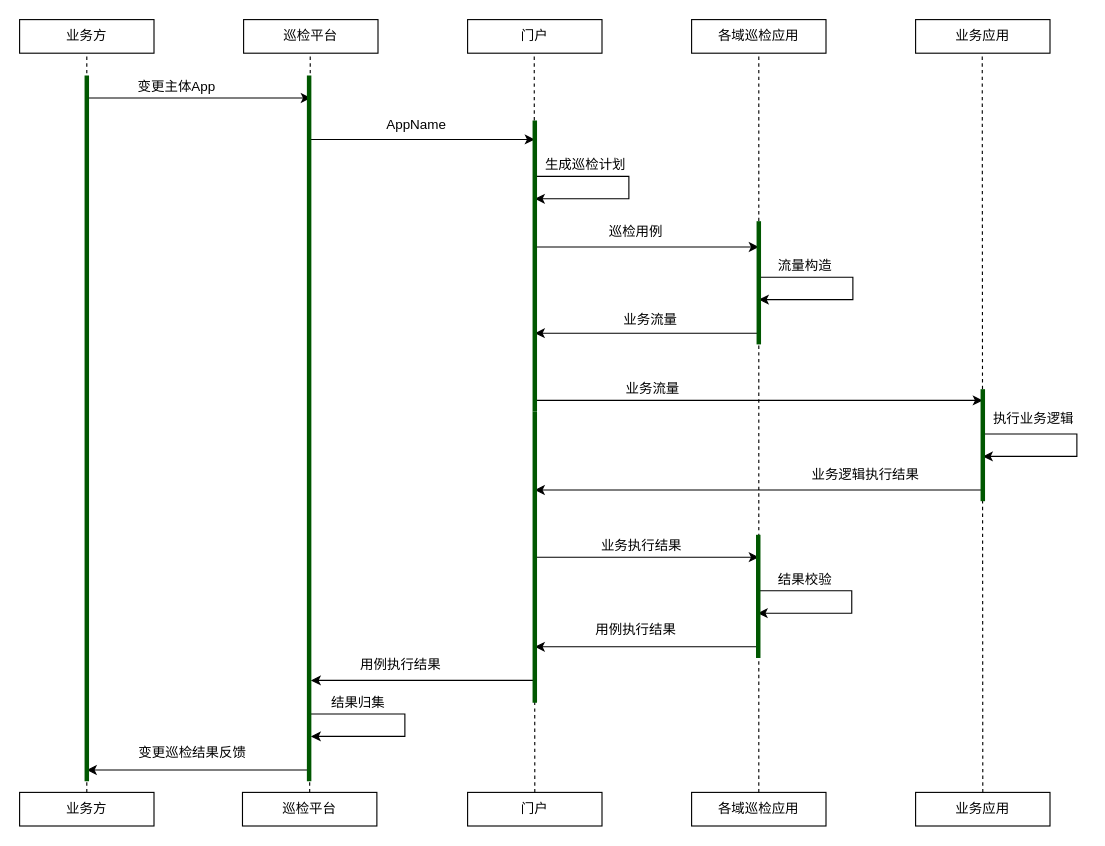
Hello-Ysheng/pangoo keeps this draw.io diagram as Untitled Diagram.drawio. Above is the earlier version. Source tidied: cells renumbered, new cells numbered last; positions are measured from the earlier drawing's top-left corner, leaving out a move shared by most shapes. Both pictures are drawn from the tidied source at 112%, with x=0, y=0 at pixel (19, 19).
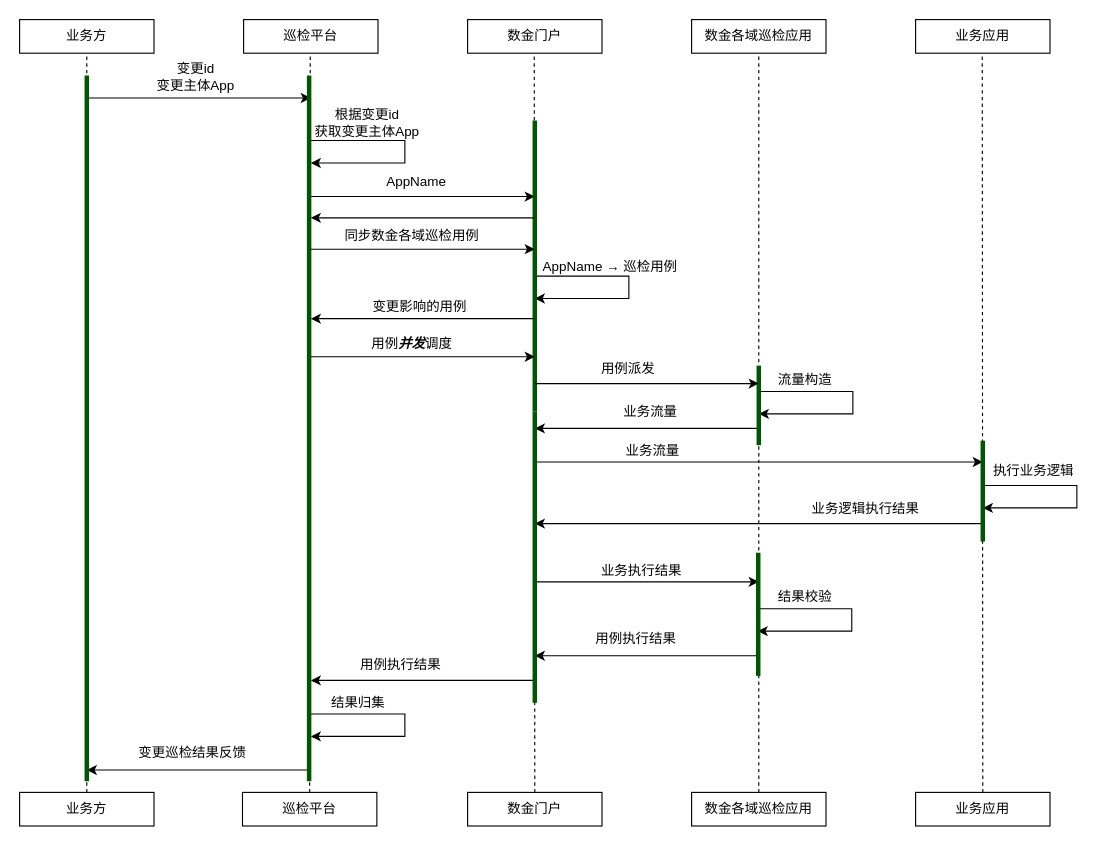
The same diagram, later.

What changed in the source:
```diff
@@
-    <mxCell id="4" value="门户" style="rounded=0;whiteSpace=wrap;html=1;" parent="1" vertex="1">
+    <mxCell id="4" value="数金门户" style="rounded=0;whiteSpace=wrap;html=1;" parent="1" vertex="1">
       <mxGeometry x="400" width="120" height="30" as="geometry" />
     </mxCell>
-    <mxCell id="5" value="各域巡检应用" style="rounded=0;whiteSpace=wrap;html=1;" parent="1" vertex="1">
+    <mxCell id="5" value="数金各域巡检应用" style="rounded=0;whiteSpace=wrap;html=1;" parent="1" vertex="1">
       <mxGeometry x="600" width="120" height="30" as="geometry" />
     </mxCell>
@@
-    <mxCell id="8" value="门户" style="rounded=0;whiteSpace=wrap;html=1;" parent="1" vertex="1">
+    <mxCell id="8" value="数金门户" style="rounded=0;whiteSpace=wrap;html=1;" parent="1" vertex="1">
       <mxGeometry x="400" y="690" width="120" height="30" as="geometry" />
     </mxCell>
-    <mxCell id="9" value="各域巡检应用" style="rounded=0;whiteSpace=wrap;html=1;" parent="1" vertex="1">
+    <mxCell id="9" value="数金各域巡检应用" style="rounded=0;whiteSpace=wrap;html=1;" parent="1" vertex="1">
       <mxGeometry x="600" y="690" width="120" height="30" as="geometry" />
     </mxCell>
@@
-    <mxCell id="15" value="变更主体App" style="text;html=1;align=center;verticalAlign=middle;strokeColor=none;fillColor=none;" parent="1" vertex="1">
-      <mxGeometry x="100" y="50" width="80" height="20" as="geometry" />
+    <mxCell id="15" value="变更id&lt;br&gt;变更主体App" style="text;html=1;align=center;verticalAlign=middle;strokeColor=none;fillColor=none;" parent="1" vertex="1">
+      <mxGeometry x="117" y="36" width="80" height="30" as="geometry" />
     </mxCell>
     <mxCell id="16" style="endArrow=classic;html=1;rounded=0;" parent="1" edge="1">
       <mxGeometry relative="1" as="geometry">
-        <mxPoint x="260" y="107" as="sourcePoint" />
-        <mxPoint x="460" y="107" as="targetPoint" />
+        <mxPoint x="260" y="158" as="sourcePoint" />
+        <mxPoint x="460" y="158" as="targetPoint" />
       </mxGeometry>
     </mxCell>
     <mxCell id="17" value="AppName" style="text;html=1;align=center;verticalAlign=middle;strokeColor=none;fillColor=none;" parent="1" vertex="1">
-      <mxGeometry x="319" y="84" width="70" height="20" as="geometry" />
+      <mxGeometry x="319" y="135" width="70" height="20" as="geometry" />
     </mxCell>
     <mxCell id="18" style="endArrow=classic;html=1;rounded=0;edgeStyle=orthogonalEdgeStyle;" parent="1" edge="1">
       <mxGeometry relative="1" as="geometry">
-        <mxPoint x="460" y="140" as="sourcePoint" />
-        <mxPoint x="460" y="160" as="targetPoint" />
+        <mxPoint x="460" y="229" as="sourcePoint" />
+        <mxPoint x="460" y="249" as="targetPoint" />
         <Array as="points">
-          <mxPoint x="544" y="140" />
-          <mxPoint x="544" y="160" />
-          <mxPoint x="474" y="160" />
+          <mxPoint x="544" y="229" />
+          <mxPoint x="544" y="249" />
+          <mxPoint x="474" y="249" />
         </Array>
       </mxGeometry>
     </mxCell>
-    <mxCell id="19" value="生成巡检计划" style="text;html=1;align=center;verticalAlign=middle;strokeColor=none;fillColor=none;" parent="1" vertex="1">
-      <mxGeometry x="460" y="120" width="90" height="20" as="geometry" />
+    <mxCell id="19" value="AppName → 巡检用例" style="text;html=1;align=center;verticalAlign=middle;strokeColor=none;fillColor=none;" parent="1" vertex="1">
+      <mxGeometry x="457" y="211" width="140" height="20" as="geometry" />
     </mxCell>
-    <mxCell id="20" style="endArrow=classic;html=1;rounded=0;" parent="1" edge="1">
-      <mxGeometry relative="1" as="geometry">
-        <mxPoint x="460" y="203" as="sourcePoint" />
-        <mxPoint x="660" y="203" as="targetPoint" />
-      </mxGeometry>
-    </mxCell>
-    <mxCell id="21" value="巡检用例" style="text;html=1;align=center;verticalAlign=middle;strokeColor=none;fillColor=none;" parent="1" vertex="1">
-      <mxGeometry x="520" y="180" width="60" height="20" as="geometry" />
-    </mxCell>
     <mxCell id="22" style="endArrow=classic;html=1;rounded=0;edgeStyle=orthogonalEdgeStyle;" parent="1" edge="1">
       <mxGeometry relative="1" as="geometry">
-        <mxPoint x="660" y="230" as="sourcePoint" />
-        <mxPoint x="660" y="250" as="targetPoint" />
+        <mxPoint x="660" y="332" as="sourcePoint" />
+        <mxPoint x="660" y="352" as="targetPoint" />
         <Array as="points">
-          <mxPoint x="744" y="230" />
-          <mxPoint x="744" y="250" />
-          <mxPoint x="674" y="250" />
+          <mxPoint x="744" y="332" />
+          <mxPoint x="744" y="352" />
+          <mxPoint x="674" y="352" />
         </Array>
       </mxGeometry>
     </mxCell>
     <mxCell id="23" value="流量构造" style="text;html=1;align=center;verticalAlign=middle;strokeColor=none;fillColor=none;" parent="1" vertex="1">
-      <mxGeometry x="671" y="210" width="60" height="20" as="geometry" />
+      <mxGeometry x="671" y="312" width="60" height="20" as="geometry" />
     </mxCell>
     <mxCell id="24" style="endArrow=classic;html=1;rounded=0;" parent="1" edge="1">
       <mxGeometry relative="1" as="geometry">
-        <mxPoint x="660" y="280" as="sourcePoint" />
-        <mxPoint x="460" y="280" as="targetPoint" />
+        <mxPoint x="660" y="365" as="sourcePoint" />
+        <mxPoint x="460" y="365" as="targetPoint" />
       </mxGeometry>
     </mxCell>
     <mxCell id="25" value="业务流量" style="text;html=1;align=center;verticalAlign=middle;strokeColor=none;fillColor=none;" parent="1" vertex="1">
-      <mxGeometry x="533" y="258" width="60" height="20" as="geometry" />
+      <mxGeometry x="533" y="340" width="60" height="20" as="geometry" />
     </mxCell>
@@
     <mxCell id="29" style="endArrow=classic;html=1;rounded=0;" parent="1" edge="1">
       <mxGeometry relative="1" as="geometry">
-        <mxPoint x="460" y="340" as="sourcePoint" />
-        <mxPoint x="860" y="340" as="targetPoint" />
+        <mxPoint x="460" y="395" as="sourcePoint" />
+        <mxPoint x="860" y="395" as="targetPoint" />
       </mxGeometry>
     </mxCell>
     <mxCell id="30" value="业务流量" style="text;html=1;align=center;verticalAlign=middle;strokeColor=none;fillColor=none;" parent="1" vertex="1">
-      <mxGeometry x="535" y="320" width="60" height="20" as="geometry" />
+      <mxGeometry x="535" y="375" width="60" height="20" as="geometry" />
     </mxCell>
     <mxCell id="31" style="endArrow=classic;html=1;rounded=0;edgeStyle=orthogonalEdgeStyle;" parent="1" edge="1">
       <mxGeometry relative="1" as="geometry">
-        <mxPoint x="860" y="370" as="sourcePoint" />
-        <mxPoint x="860" y="390" as="targetPoint" />
+        <mxPoint x="860" y="416" as="sourcePoint" />
+        <mxPoint x="860" y="436" as="targetPoint" />
         <Array as="points">
-          <mxPoint x="944" y="370" />
-          <mxPoint x="944" y="390" />
-          <mxPoint x="874" y="390" />
+          <mxPoint x="944" y="416" />
+          <mxPoint x="944" y="436" />
+          <mxPoint x="874" y="436" />
         </Array>
       </mxGeometry>
     </mxCell>
     <mxCell id="32" value="执行业务逻辑" style="text;html=1;align=center;verticalAlign=middle;strokeColor=none;fillColor=none;" parent="1" vertex="1">
-      <mxGeometry x="860" y="347" width="90" height="20" as="geometry" />
+      <mxGeometry x="860" y="393" width="90" height="20" as="geometry" />
     </mxCell>
     <mxCell id="33" style="endArrow=classic;html=1;rounded=0;" parent="1" edge="1">
       <mxGeometry relative="1" as="geometry">
-        <mxPoint x="860" y="420" as="sourcePoint" />
-        <mxPoint x="460" y="420" as="targetPoint" />
+        <mxPoint x="860" y="450" as="sourcePoint" />
+        <mxPoint x="460" y="450" as="targetPoint" />
       </mxGeometry>
     </mxCell>
     <mxCell id="34" value="业务逻辑执行结果" style="text;html=1;align=center;verticalAlign=middle;strokeColor=none;fillColor=none;" parent="1" vertex="1">
-      <mxGeometry x="700" y="397" width="110" height="20" as="geometry" />
+      <mxGeometry x="700" y="427" width="110" height="20" as="geometry" />
     </mxCell>
     <mxCell id="35" style="endArrow=classic;html=1;rounded=0;" parent="1" edge="1">
       <mxGeometry relative="1" as="geometry">
-        <mxPoint x="460" y="480" as="sourcePoint" />
-        <mxPoint x="660" y="480" as="targetPoint" />
+        <mxPoint x="460" y="502" as="sourcePoint" />
+        <mxPoint x="660" y="502" as="targetPoint" />
       </mxGeometry>
     </mxCell>
     <mxCell id="36" value="业务执行结果" style="text;html=1;align=center;verticalAlign=middle;strokeColor=none;fillColor=none;" parent="1" vertex="1">
-      <mxGeometry x="510" y="460" width="90" height="20" as="geometry" />
+      <mxGeometry x="510" y="482" width="90" height="20" as="geometry" />
     </mxCell>
     <mxCell id="37" style="endArrow=classic;html=1;rounded=0;edgeStyle=orthogonalEdgeStyle;" parent="1" edge="1">
       <mxGeometry relative="1" as="geometry">
-        <mxPoint x="659" y="510" as="sourcePoint" />
-        <mxPoint x="659" y="530" as="targetPoint" />
+        <mxPoint x="659" y="526" as="sourcePoint" />
+        <mxPoint x="659" y="546" as="targetPoint" />
         <Array as="points">
-          <mxPoint x="743" y="510" />
-          <mxPoint x="743" y="530" />
-          <mxPoint x="673" y="530" />
+          <mxPoint x="743" y="526" />
+          <mxPoint x="743" y="546" />
+          <mxPoint x="673" y="546" />
         </Array>
       </mxGeometry>
     </mxCell>
     <mxCell id="38" value="结果校验" style="text;html=1;align=center;verticalAlign=middle;strokeColor=none;fillColor=none;" parent="1" vertex="1">
-      <mxGeometry x="671" y="490" width="60" height="20" as="geometry" />
+      <mxGeometry x="671" y="506" width="60" height="20" as="geometry" />
     </mxCell>
     <mxCell id="39" style="endArrow=classic;html=1;rounded=0;" parent="1" edge="1">
       <mxGeometry relative="1" as="geometry">
-        <mxPoint x="660" y="560" as="sourcePoint" />
-        <mxPoint x="460" y="560" as="targetPoint" />
+        <mxPoint x="660" y="568" as="sourcePoint" />
+        <mxPoint x="460" y="568" as="targetPoint" />
       </mxGeometry>
     </mxCell>
     <mxCell id="40" value="用例执行结果" style="text;html=1;align=center;verticalAlign=middle;strokeColor=none;fillColor=none;" parent="1" vertex="1">
-      <mxGeometry x="505" y="535" width="90" height="20" as="geometry" />
+      <mxGeometry x="505" y="543" width="90" height="20" as="geometry" />
     </mxCell>
@@
     <mxCell id="51" style="endArrow=none;html=1;rounded=0;strokeWidth=4;fillColor=#008a00;strokeColor=#005700;" parent="1" edge="1">
       <mxGeometry relative="1" as="geometry">
-        <mxPoint x="660" y="290" as="sourcePoint" />
-        <mxPoint x="660" y="180" as="targetPoint" />
+        <mxPoint x="660" y="380" as="sourcePoint" />
+        <mxPoint x="660" y="309" as="targetPoint" />
       </mxGeometry>
     </mxCell>
     <mxCell id="52" style="endArrow=none;html=1;rounded=0;strokeWidth=4;fillColor=#008a00;strokeColor=#005700;" parent="1" edge="1">
       <mxGeometry relative="1" as="geometry">
-        <mxPoint x="659.5" y="570" as="sourcePoint" />
-        <mxPoint x="659.5" y="460" as="targetPoint" />
+        <mxPoint x="659.5" y="586" as="sourcePoint" />
+        <mxPoint x="659.5" y="476" as="targetPoint" />
       </mxGeometry>
     </mxCell>
     <mxCell id="53" style="endArrow=none;html=1;rounded=0;strokeWidth=4;fillColor=#008a00;strokeColor=#005700;" parent="1" edge="1">
       <mxGeometry relative="1" as="geometry">
-        <mxPoint x="860" y="430" as="sourcePoint" />
-        <mxPoint x="860" y="330" as="targetPoint" />
+        <mxPoint x="860" y="466" as="sourcePoint" />
+        <mxPoint x="860" y="376" as="targetPoint" />
       </mxGeometry>
     </mxCell>
+    <mxCell id="54" style="endArrow=classic;html=1;rounded=0;strokeWidth=1;" parent="1" edge="1">
+      <mxGeometry relative="1" as="geometry">
+        <mxPoint x="460" y="177" as="sourcePoint" />
+        <mxPoint x="260" y="177" as="targetPoint" />
+      </mxGeometry>
+    </mxCell>
+    <mxCell id="55" style="endArrow=classic;html=1;rounded=0;strokeWidth=1;" parent="1" edge="1">
+      <mxGeometry relative="1" as="geometry">
+        <mxPoint x="260" y="205" as="sourcePoint" />
+        <mxPoint x="460" y="205" as="targetPoint" />
+      </mxGeometry>
+    </mxCell>
+    <mxCell id="56" value="同步数金各域巡检用例" style="text;html=1;align=center;verticalAlign=middle;strokeColor=none;fillColor=none;" parent="1" vertex="1">
+      <mxGeometry x="280" y="183" width="140" height="20" as="geometry" />
+    </mxCell>
+    <mxCell id="57" style="endArrow=classic;html=1;rounded=0;strokeWidth=1;" parent="1" edge="1">
+      <mxGeometry relative="1" as="geometry">
+        <mxPoint x="460" y="267" as="sourcePoint" />
+        <mxPoint x="260" y="267" as="targetPoint" />
+      </mxGeometry>
+    </mxCell>
+    <mxCell id="58" value="变更影响的用例" style="text;html=1;align=center;verticalAlign=middle;strokeColor=none;fillColor=none;" parent="1" vertex="1">
+      <mxGeometry x="307" y="247" width="100" height="20" as="geometry" />
+    </mxCell>
+    <mxCell id="59" style="endArrow=classic;html=1;rounded=0;strokeWidth=1;" parent="1" edge="1">
+      <mxGeometry relative="1" as="geometry">
+        <mxPoint x="260" y="301" as="sourcePoint" />
+        <mxPoint x="460" y="301" as="targetPoint" />
+      </mxGeometry>
+    </mxCell>
+    <mxCell id="60" value="用例&lt;b&gt;&lt;i&gt;并发&lt;/i&gt;&lt;/b&gt;调度" style="text;html=1;align=center;verticalAlign=middle;strokeColor=none;fillColor=none;" parent="1" vertex="1">
+      <mxGeometry x="305" y="280" width="90" height="20" as="geometry" />
+    </mxCell>
+    <mxCell id="61" style="endArrow=classic;html=1;rounded=0;strokeWidth=1;" parent="1" edge="1">
+      <mxGeometry relative="1" as="geometry">
+        <mxPoint x="460" y="325" as="sourcePoint" />
+        <mxPoint x="660" y="325" as="targetPoint" />
+      </mxGeometry>
+    </mxCell>
+    <mxCell id="62" style="endArrow=classic;html=1;rounded=0;edgeStyle=orthogonalEdgeStyle;" parent="1" edge="1">
+      <mxGeometry relative="1" as="geometry">
+        <mxPoint x="260" y="108" as="sourcePoint" />
+        <mxPoint x="260" y="128" as="targetPoint" />
+        <Array as="points">
+          <mxPoint x="344" y="108" />
+          <mxPoint x="344" y="128" />
+          <mxPoint x="274" y="128" />
+        </Array>
+      </mxGeometry>
+    </mxCell>
+    <mxCell id="63" value="根据变更id&lt;br&gt;获取变更主体App" style="text;html=1;align=center;verticalAlign=middle;strokeColor=none;fillColor=none;" parent="1" vertex="1">
+      <mxGeometry x="255" y="77" width="110" height="30" as="geometry" />
+    </mxCell>
+    <mxCell id="64" value="用例派发" style="text;html=1;align=center;verticalAlign=middle;strokeColor=none;fillColor=none;" parent="1" vertex="1">
+      <mxGeometry x="513" y="302" width="60" height="20" as="geometry" />
+    </mxCell>
```
